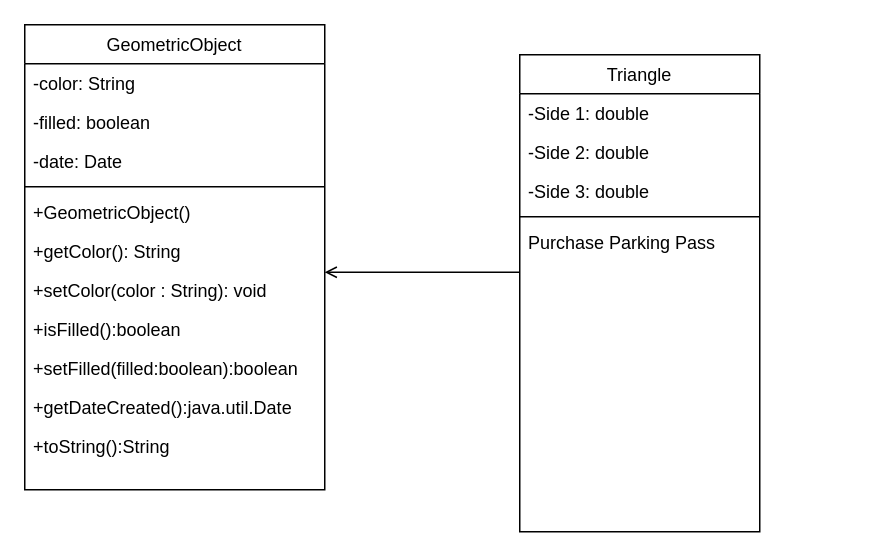
Earlier version of the draw.io diagram Untitled Diagram.drawio (JamsherBhanbhro/LintCode). Source tidied: cells renumbered, new cells numbered last; positions are measured from the earlier drawing's top-left corner, leaving out a move shared by most shapes. Both pictures are drawn from the tidied source at 150%, with x=0, y=0 at pixel (24, 24).
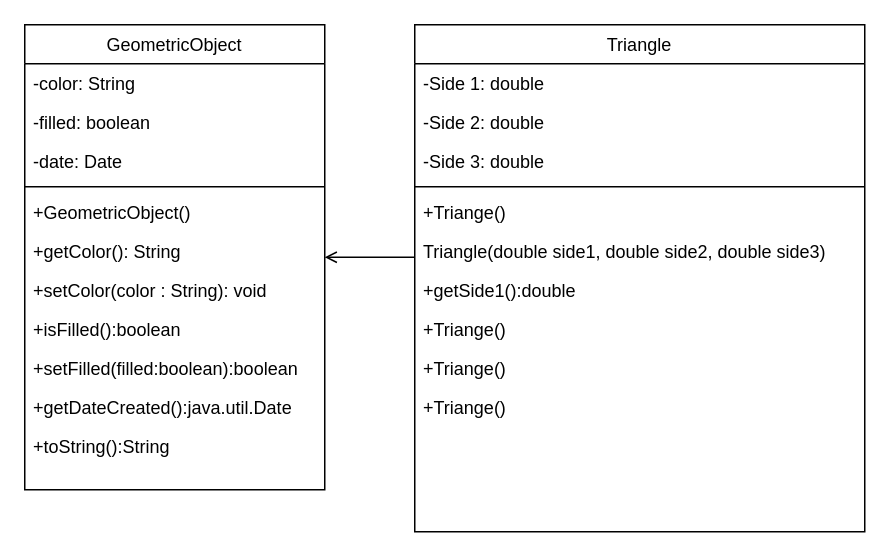
After the change.

What changed in the source:
```diff
@@
     <mxCell id="15" value="Triangle" style="swimlane;fontStyle=0;align=center;verticalAlign=top;horizontal=1;startSize=26;rounded=0;shadow=0;strokeWidth=1;" parent="1" vertex="1">
-      <mxGeometry x="330" y="20" width="160" height="318" as="geometry" />
+      <mxGeometry x="260" width="300" height="338" as="geometry" />
     </mxCell>
     <mxCell id="16" value="-Side 1: double" style="text;align=left;verticalAlign=top;spacingLeft=4;spacingRight=4;overflow=hidden;" parent="15" vertex="1">
-      <mxGeometry y="26" width="160" height="26" as="geometry" />
+      <mxGeometry y="26" width="300" height="26" as="geometry" />
     </mxCell>
     <mxCell id="17" value="-Side 2: double" style="text;align=left;verticalAlign=top;spacingLeft=4;spacingRight=4;overflow=hidden;rounded=0;shadow=0;html=0;" parent="15" vertex="1">
-      <mxGeometry y="52" width="160" height="26" as="geometry" />
+      <mxGeometry y="52" width="300" height="26" as="geometry" />
     </mxCell>
     <mxCell id="18" value="-Side 3: double" style="text;align=left;verticalAlign=top;spacingLeft=4;spacingRight=4;overflow=hidden;rounded=0;shadow=0;html=0;" parent="15" vertex="1">
-      <mxGeometry y="78" width="160" height="26" as="geometry" />
+      <mxGeometry y="78" width="300" height="26" as="geometry" />
     </mxCell>
     <mxCell id="19" style="line;html=1;strokeWidth=1;align=left;verticalAlign=middle;spacingTop=-1;spacingLeft=3;spacingRight=3;labelPosition=right;" parent="15" vertex="1">
-      <mxGeometry y="104" width="160" height="8" as="geometry" />
+      <mxGeometry y="104" width="300" height="8" as="geometry" />
     </mxCell>
-    <mxCell id="20" value="Purchase Parking Pass" style="text;align=left;verticalAlign=top;spacingLeft=4;spacingRight=4;overflow=hidden;" parent="15" vertex="1">
-      <mxGeometry y="112" width="160" height="26" as="geometry" />
+    <mxCell id="20" value="+Triange()" style="text;align=left;verticalAlign=top;spacingLeft=4;spacingRight=4;overflow=hidden;" parent="15" vertex="1">
+      <mxGeometry y="112" width="300" height="26" as="geometry" />
     </mxCell>
+    <mxCell id="21" value="Triangle(double side1, double side2, double side3)" style="text;align=left;verticalAlign=top;spacingLeft=4;spacingRight=4;overflow=hidden;" parent="15" vertex="1">
+      <mxGeometry y="138" width="300" height="26" as="geometry" />
+    </mxCell>
+    <mxCell id="22" value="+getSide1():double" style="text;align=left;verticalAlign=top;spacingLeft=4;spacingRight=4;overflow=hidden;" parent="15" vertex="1">
+      <mxGeometry y="164" width="300" height="26" as="geometry" />
+    </mxCell>
+    <mxCell id="23" value="+Triange()" style="text;align=left;verticalAlign=top;spacingLeft=4;spacingRight=4;overflow=hidden;" parent="15" vertex="1">
+      <mxGeometry y="190" width="300" height="26" as="geometry" />
+    </mxCell>
+    <mxCell id="24" value="+Triange()" style="text;align=left;verticalAlign=top;spacingLeft=4;spacingRight=4;overflow=hidden;" parent="15" vertex="1">
+      <mxGeometry y="216" width="300" height="26" as="geometry" />
+    </mxCell>
+    <mxCell id="25" value="+Triange()" style="text;align=left;verticalAlign=top;spacingLeft=4;spacingRight=4;overflow=hidden;" parent="15" vertex="1">
+      <mxGeometry y="242" width="300" height="26" as="geometry" />
+    </mxCell>
```
